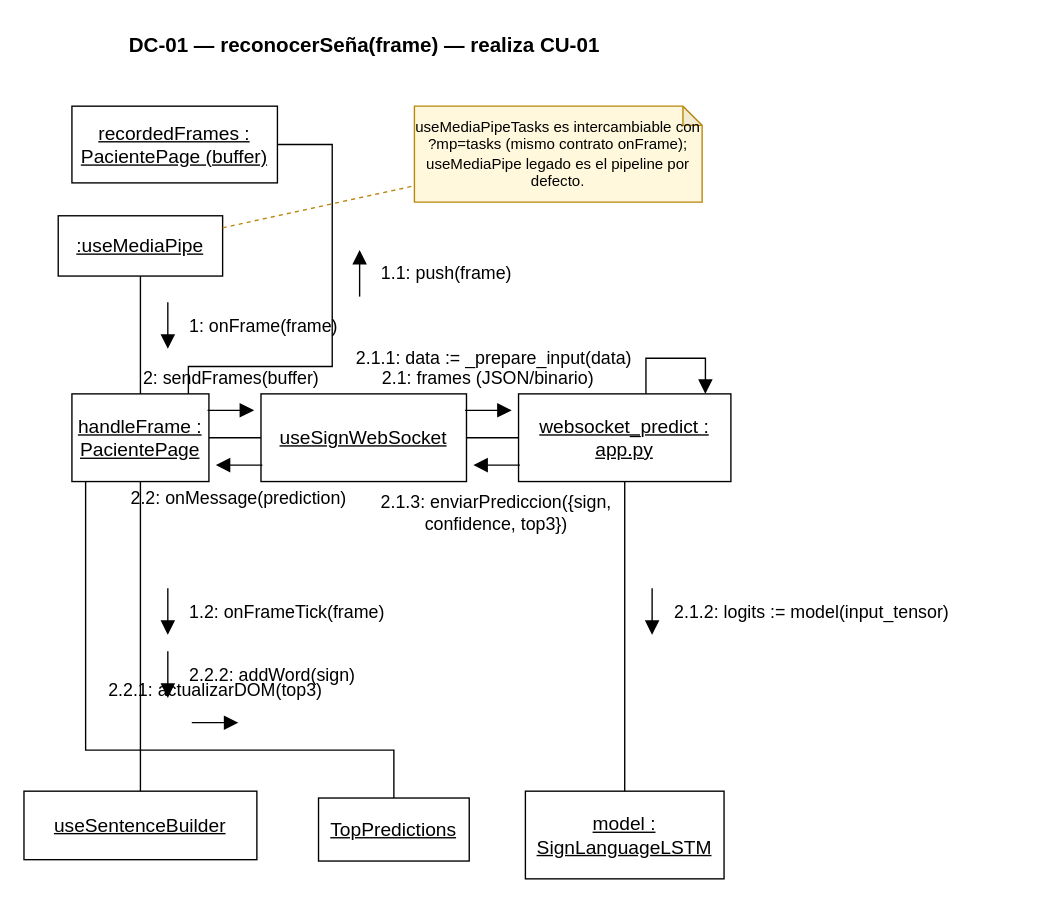
santinohamada/Nexora keeps this draw.io diagram as docs/diagramas/colaboracion/08_colaboracion_dc01.drawio. Above is the earlier version. Source tidied: cells renumbered, new cells numbered last; positions are measured from the earlier drawing's top-left corner, leaving out a move shared by most shapes. Both pictures are drawn from the tidied source at 137%, with x=0, y=0 at pixel (23, 23).
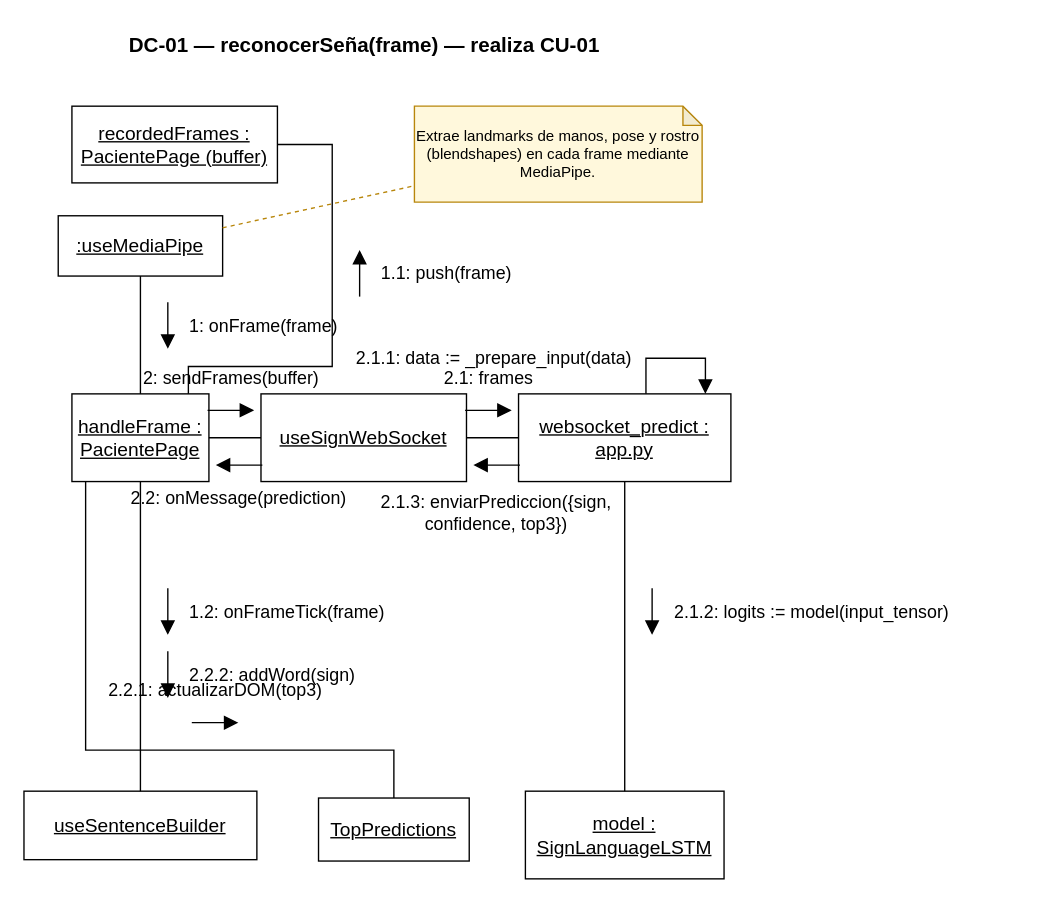
The same diagram, later.

What changed in the source:
```diff
@@
-    <mxCell id="29" value="2.1: frames (JSON/binario)" style="text;html=1;align=center;verticalAlign=middle;fontFamily=Helvetica;fontSize=13;whiteSpace=wrap;" parent="1" vertex="1">
-      <mxGeometry x="244" y="248" width="190" height="20" as="geometry" />
+    <mxCell id="29" value="2.1: frames" style="text;html=1;align=center;verticalAlign=middle;fontFamily=Helvetica;fontSize=13;whiteSpace=wrap;" parent="1" vertex="1">
+      <mxGeometry x="293.5" y="248" width="91" height="20" as="geometry" />
     </mxCell>
@@
-    <mxCell id="40" value="useMediaPipeTasks es intercambiable con ?mp=tasks (mismo contrato onFrame); useMediaPipe legado es el pipeline por defecto." style="shape=note;whiteSpace=wrap;html=1;backgroundOutline=1;darkOpacity=0.05;align=center;verticalAlign=middle;fontFamily=Helvetica;fontSize=11;fillColor=#FFF8DC;strokeColor=#B8860B;size=14;" parent="1" vertex="1">
+    <mxCell id="40" value="Extrae landmarks de manos, pose y rostro (blendshapes) en cada frame mediante MediaPipe." style="shape=note;whiteSpace=wrap;html=1;backgroundOutline=1;darkOpacity=0.05;align=center;verticalAlign=middle;fontFamily=Helvetica;fontSize=11;fillColor=#FFF8DC;strokeColor=#B8860B;size=14;" parent="1" vertex="1">
       <mxGeometry x="285" y="60" width="210" height="70" as="geometry" />
     </mxCell>
```
